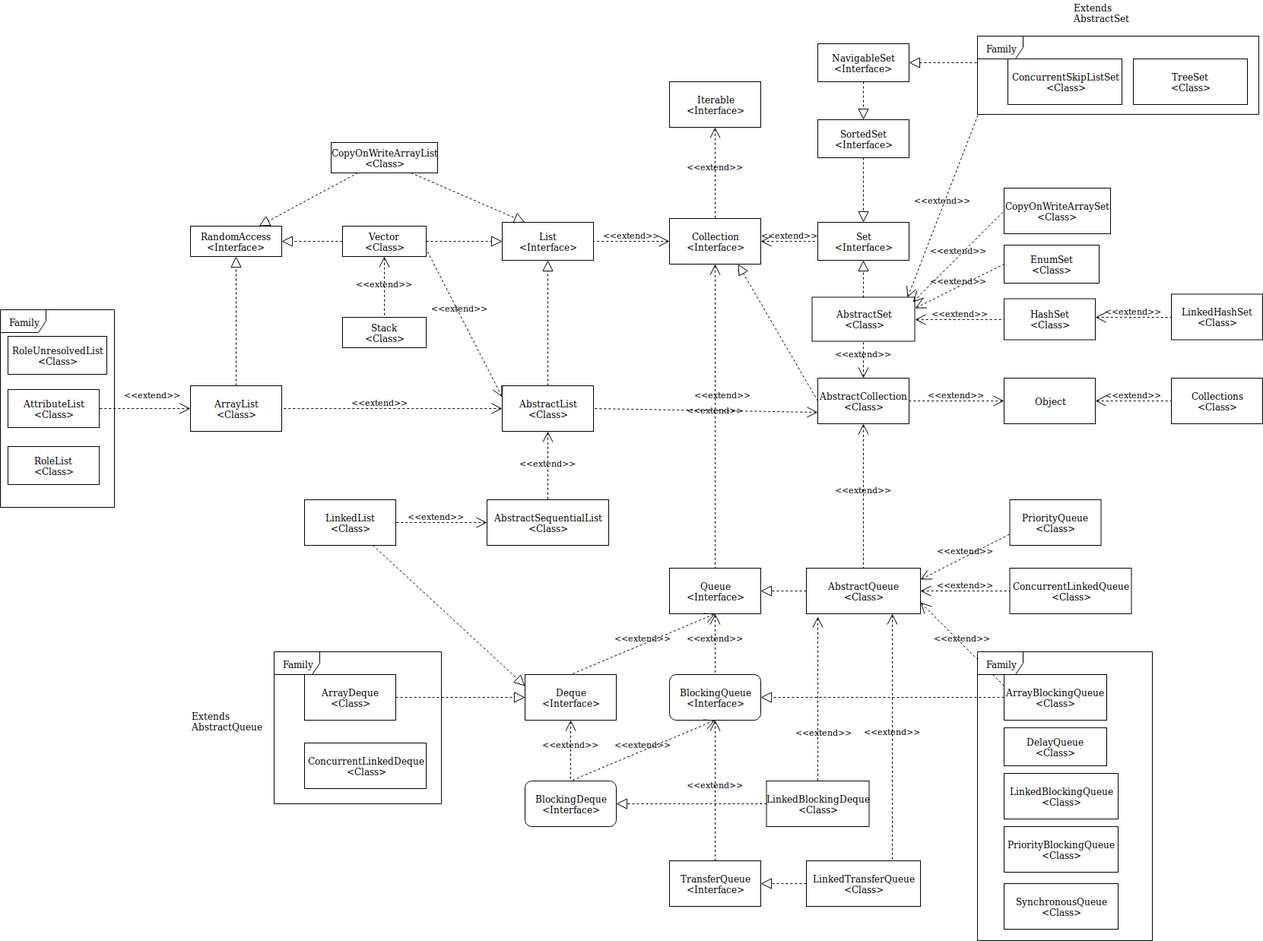
The draw.io diagram Collection.png in HUAZHEYINy/DataStructureHierachy, before a commit. Source tidied: cells renumbered, new cells last; positions are measured from the earlier drawing's top-left corner, leaving out a move shared by most shapes.
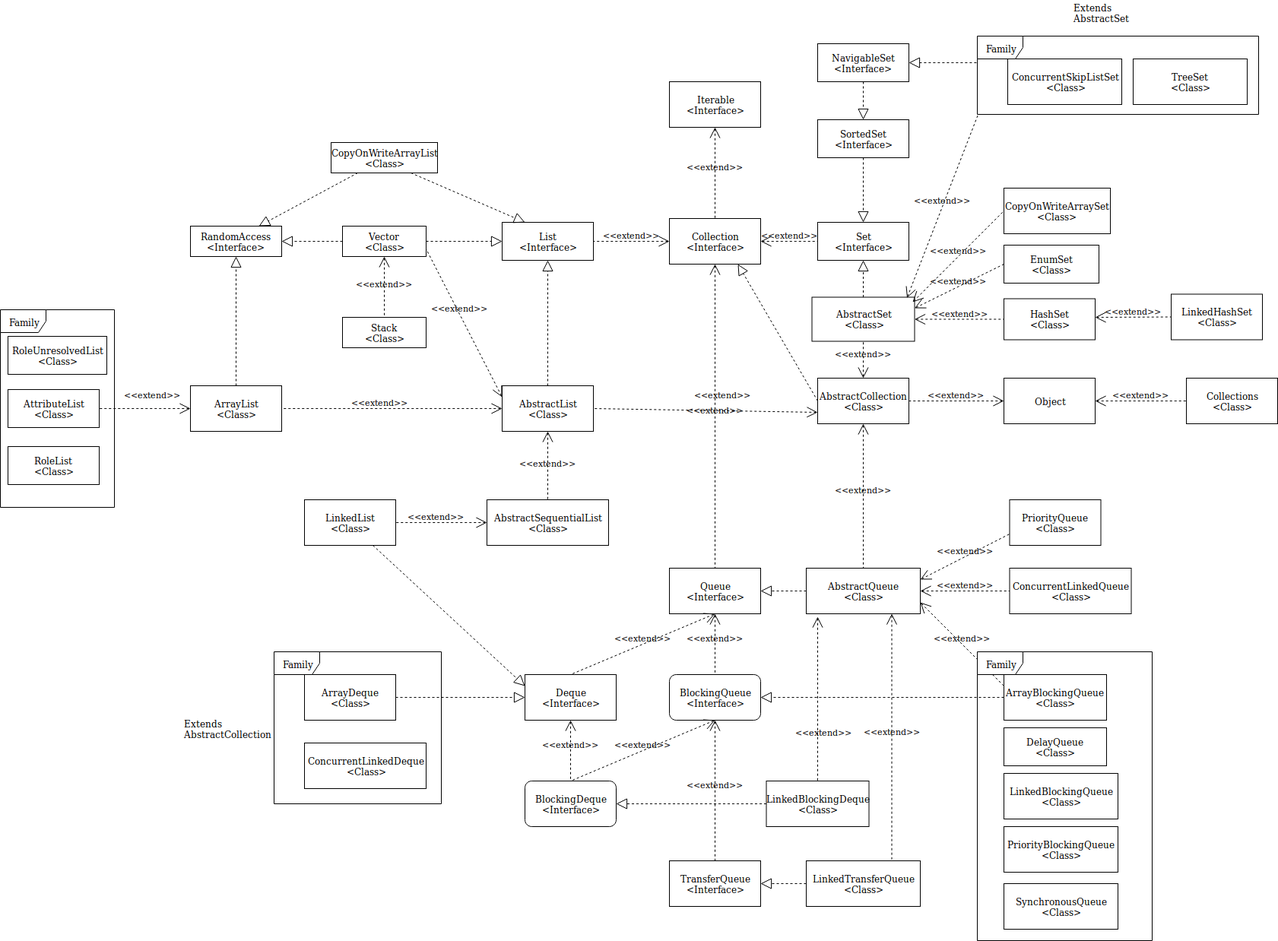
The same diagram one commit later.

Commit message:
(feature) adding arrayqueue

The edit, as a diff of the source:
```diff
@@ -222,11 +222,11 @@
     <mxCell id="73" value="Family" style="shape=umlFrame;whiteSpace=wrap;html=1;" parent="1" vertex="1">
       <mxGeometry x="360" y="857" width="220" height="200" as="geometry" />
     </mxCell>
-    <mxCell id="74" value="Extends&lt;br&gt;AbstractQueue" style="text;html=1;align=left;verticalAlign=top;spacingTop=-4;" parent="1" vertex="1">
-      <mxGeometry x="250" y="932" width="110" height="30" as="geometry" />
+    <mxCell id="74" value="Extends&lt;br&gt;AbstractCollection" style="text;html=1;align=left;verticalAlign=top;spacingTop=-4;" parent="1" vertex="1">
+      <mxGeometry x="240" y="942" width="130" height="30" as="geometry" />
     </mxCell>
     <mxCell id="75" value="Collections&lt;br&gt;&amp;lt;Class&amp;gt;" style="rounded=0;whiteSpace=wrap;html=1;" parent="1" vertex="1">
-      <mxGeometry x="1540" y="497" width="120" height="60" as="geometry" />
+      <mxGeometry x="1560" y="497" width="120" height="60" as="geometry" />
     </mxCell>
     <mxCell id="76" value="&amp;lt;&amp;lt;extend&amp;gt;&amp;gt;" style="edgeStyle=none;html=1;startArrow=open;endArrow=none;startSize=12;verticalAlign=bottom;dashed=1;labelBackgroundColor=none;exitX=1;exitY=0.5;exitDx=0;exitDy=0;entryX=0;entryY=0.5;entryDx=0;entryDy=0;" parent="1" edge="1" source="18" target="75">
       <mxGeometry relative="1" as="geometry" />
```
